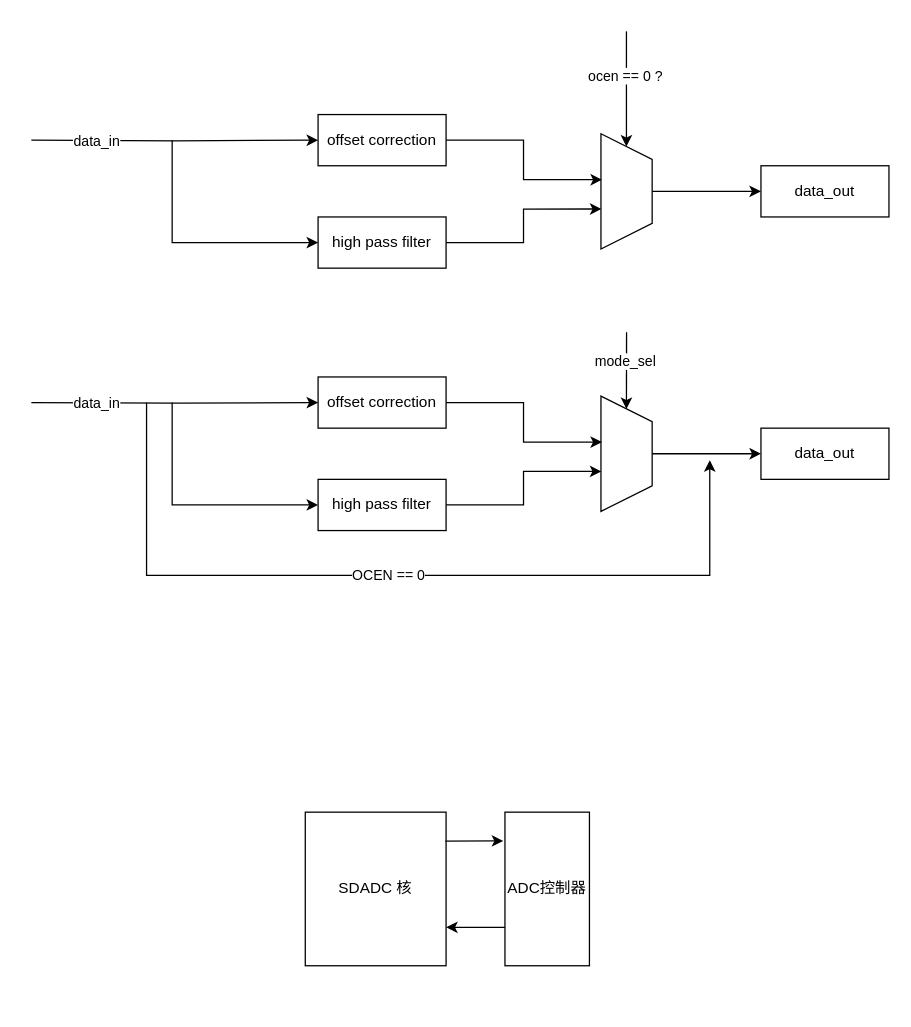
The draw.io diagram page "第 4 页" (4 of 8) of drawio/dsadc.drawio in iceyxy/flow-chart-drawio, before the edit. Source tidied: cells renumbered, new cells numbered last; positions are measured from the earlier drawing's top-left corner, leaving out a move shared by most shapes. Both pictures are drawn from the tidied source at 128%, with x=0, y=0 at pixel (31, 31).
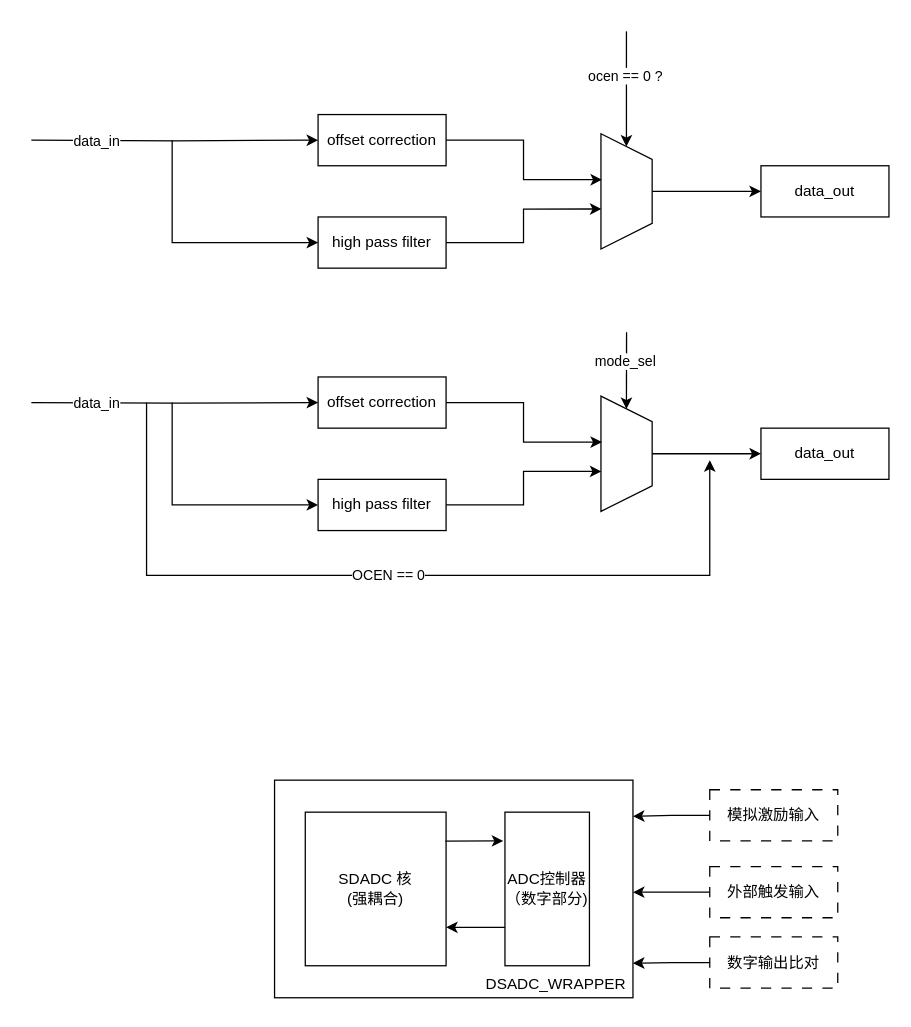
The same diagram, later.

Change to the diagram source:
```diff
@@
+    <mxCell id="32" style="rounded=0;whiteSpace=wrap;html=1;" parent="1" vertex="1">
+      <mxGeometry x="190" y="585" width="280" height="170" as="geometry" />
+    </mxCell>
@@
-    <mxCell id="28" value="SDADC 核" style="rounded=0;whiteSpace=wrap;html=1;" parent="1" vertex="1">
+    <mxCell id="28" value="&lt;div&gt;SDADC 核&lt;/div&gt;(强耦合)" style="rounded=0;whiteSpace=wrap;html=1;" parent="1" vertex="1">
       <mxGeometry x="214" y="610" width="110" height="120" as="geometry" />
     </mxCell>
-    <mxCell id="29" value="ADC控制器" style="rounded=0;whiteSpace=wrap;html=1;" parent="1" vertex="1">
+    <mxCell id="29" value="&lt;div&gt;ADC控制器&lt;/div&gt;（数字部分)" style="rounded=0;whiteSpace=wrap;html=1;" parent="1" vertex="1">
       <mxGeometry x="370" y="610" width="66" height="120" as="geometry" />
     </mxCell>
@@
+    <mxCell id="33" value="DSADC_WRAPPER" style="text;html=1;whiteSpace=wrap;strokeColor=none;fillColor=none;align=center;verticalAlign=middle;rounded=0;" parent="1" vertex="1">
+      <mxGeometry x="380" y="730" width="60" height="30" as="geometry" />
+    </mxCell>
+    <mxCell id="34" value="模拟激励输入" style="rounded=0;whiteSpace=wrap;html=1;dashed=1;dashPattern=8 8;" parent="1" vertex="1">
+      <mxGeometry x="530" y="592.5" width="100" height="40" as="geometry" />
+    </mxCell>
+    <mxCell id="35" value="外部触发输入" style="rounded=0;whiteSpace=wrap;html=1;dashed=1;dashPattern=8 8;" parent="1" vertex="1">
+      <mxGeometry x="530" y="652.5" width="100" height="40" as="geometry" />
+    </mxCell>
+    <mxCell id="36" value="数字输出比对" style="rounded=0;whiteSpace=wrap;html=1;dashed=1;dashPattern=8 8;" parent="1" vertex="1">
+      <mxGeometry x="530" y="707.5" width="100" height="40" as="geometry" />
+    </mxCell>
+    <mxCell id="37" style="edgeStyle=orthogonalEdgeStyle;rounded=0;jettySize=auto;html=1;entryX=1;entryY=0.166;entryDx=0;entryDy=0;entryPerimeter=0;" parent="1" edge="1" source="34" target="32">
+      <mxGeometry relative="1" as="geometry" />
+    </mxCell>
+    <mxCell id="38" style="edgeStyle=orthogonalEdgeStyle;rounded=0;jettySize=auto;html=1;entryX=1;entryY=0.515;entryDx=0;entryDy=0;entryPerimeter=0;" parent="1" edge="1" source="35" target="32">
+      <mxGeometry relative="1" as="geometry" />
+    </mxCell>
+    <mxCell id="39" style="edgeStyle=orthogonalEdgeStyle;rounded=0;jettySize=auto;html=1;entryX=1;entryY=0.841;entryDx=0;entryDy=0;entryPerimeter=0;" parent="1" edge="1" source="36" target="32">
+      <mxGeometry relative="1" as="geometry" />
+    </mxCell>
```
